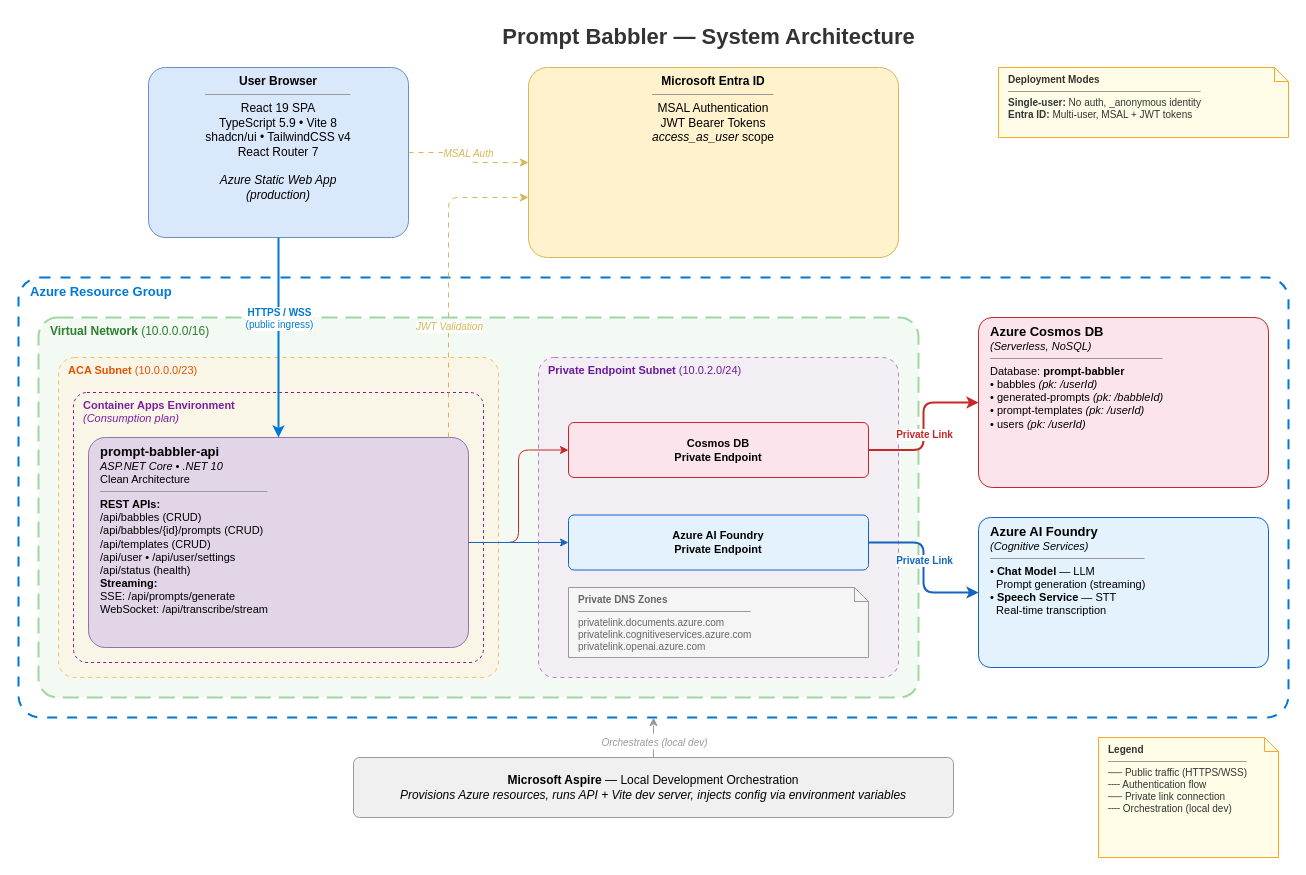
PlagueHO/prompt-babbler keeps this draw.io diagram as docs/diagrams/architecture.drawio. Above is the earlier version. Source tidied: cells renumbered, new cells numbered last; positions are measured from the earlier drawing's top-left corner, leaving out a move shared by most shapes. Both pictures are drawn from the tidied source at 100%, with x=0, y=0 at pixel (18, 17).
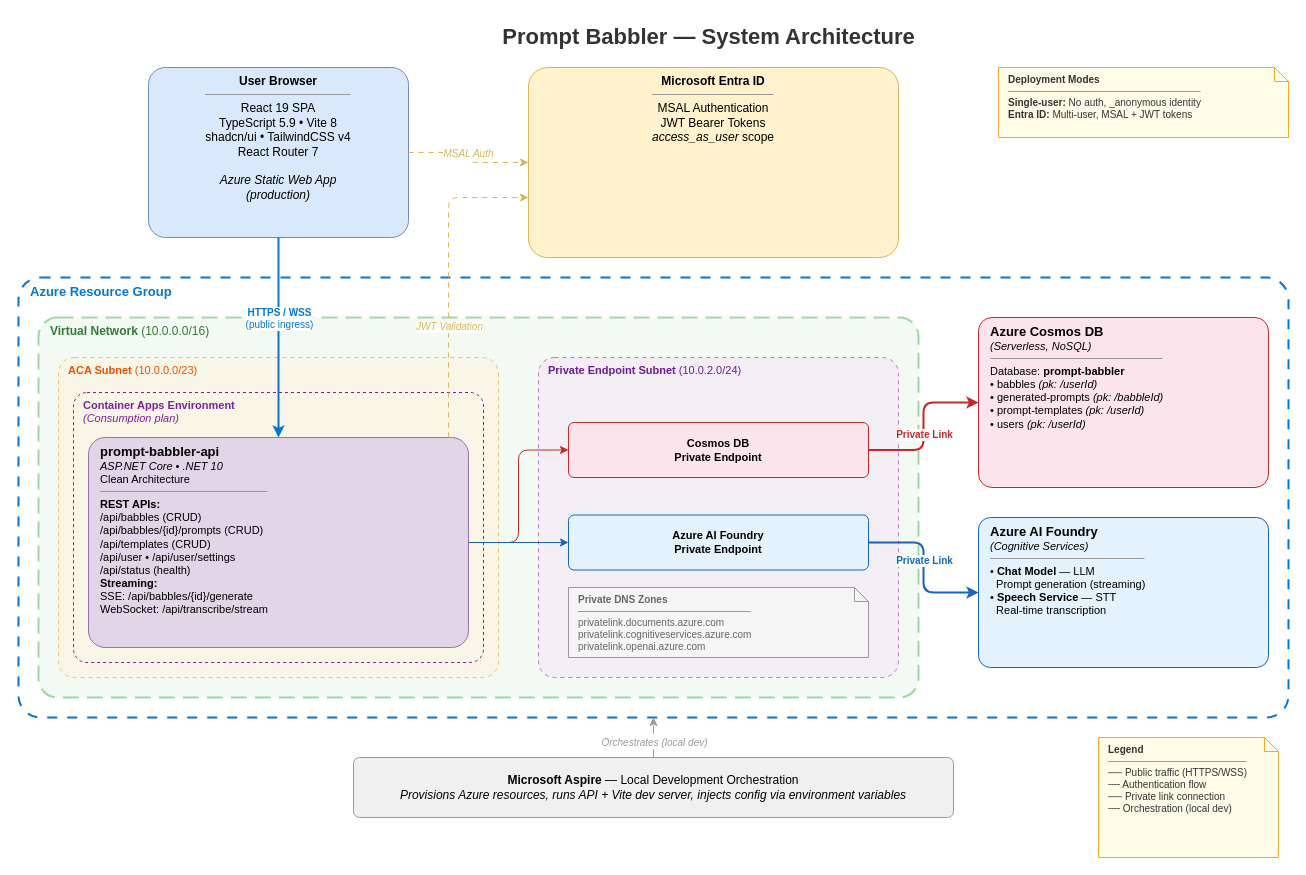
The same page after the edit.

What changed in the source:
```diff
@@
-    <mxCell id="9" value="&lt;b style=&quot;font-size:13px;&quot;&gt;prompt-babbler-api&lt;/b&gt;&lt;br&gt;&lt;i&gt;ASP.NET Core &amp;bull; .NET 10&lt;/i&gt;&lt;br&gt;Clean Architecture&lt;br&gt;&lt;hr size=&quot;1&quot;&gt;&lt;b&gt;REST APIs:&lt;/b&gt;&lt;br&gt;/api/babbles (CRUD)&lt;br&gt;/api/babbles/{id}/prompts (CRUD)&lt;br&gt;/api/templates (CRUD)&lt;br&gt;/api/user &amp;bull; /api/user/settings&lt;br&gt;/api/status (health)&lt;br&gt;&lt;b&gt;Streaming:&lt;/b&gt;&lt;br&gt;SSE: /api/prompts/generate&lt;br&gt;WebSocket: /api/transcribe/stream" style="rounded=1;whiteSpace=wrap;html=1;fillColor=#E1D5E7;strokeColor=#9673A6;arcSize=8;verticalAlign=top;align=left;spacingLeft=10;spacingRight=10;fontSize=11;" parent="1" vertex="1">
+    <mxCell id="9" value="&lt;b style=&quot;font-size:13px;&quot;&gt;prompt-babbler-api&lt;/b&gt;&lt;br&gt;&lt;i&gt;ASP.NET Core &amp;bull; .NET 10&lt;/i&gt;&lt;br&gt;Clean Architecture&lt;br&gt;&lt;hr size=&quot;1&quot;&gt;&lt;b&gt;REST APIs:&lt;/b&gt;&lt;br&gt;/api/babbles (CRUD)&lt;br&gt;/api/babbles/{id}/prompts (CRUD)&lt;br&gt;/api/templates (CRUD)&lt;br&gt;/api/user &amp;bull; /api/user/settings&lt;br&gt;/api/status (health)&lt;br&gt;&lt;b&gt;Streaming:&lt;/b&gt;&lt;br&gt;SSE: /api/babbles/{id}/generate&lt;br&gt;WebSocket: /api/transcribe/stream" style="rounded=1;whiteSpace=wrap;html=1;fillColor=#E1D5E7;strokeColor=#9673A6;arcSize=8;verticalAlign=top;align=left;spacingLeft=10;spacingRight=10;fontSize=11;" parent="1" vertex="1">
       <mxGeometry x="70" y="420" width="380" height="210" as="geometry" />
     </mxCell>
```
